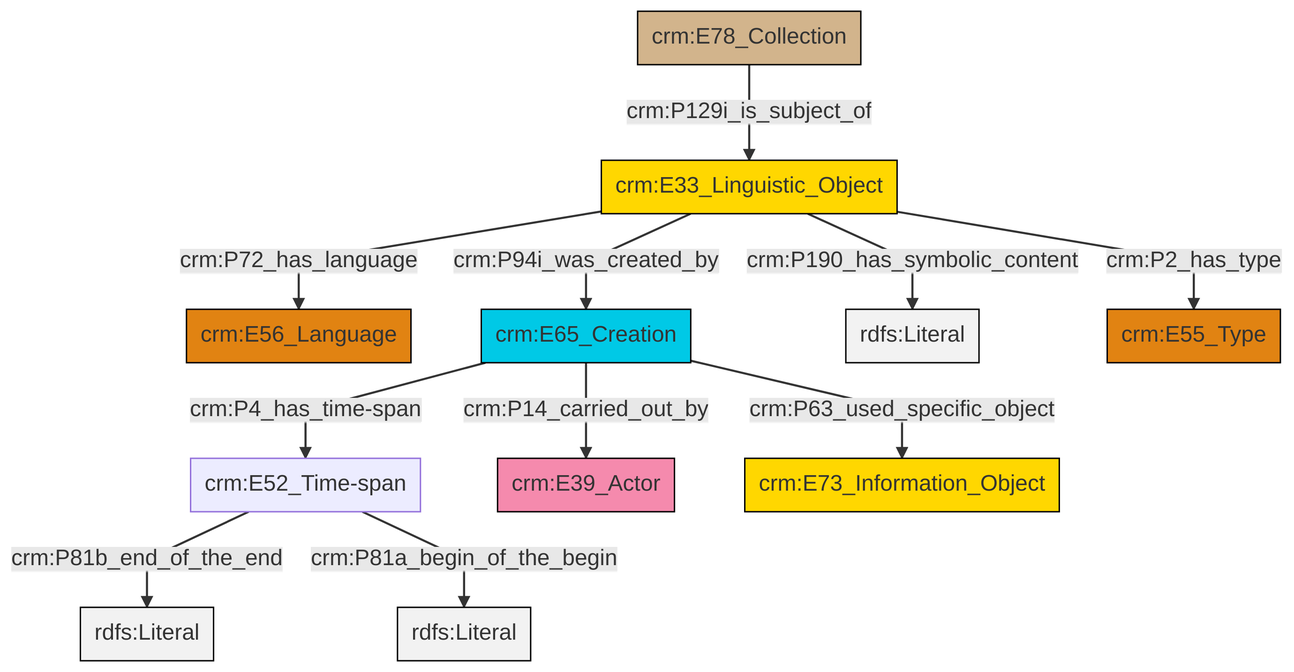
The Mermaid diagram et/archivalCSV/ttl/mmd/png/archival_desc.png in swiss-art-research-net/docs.swissartresearch, before a commit. Its source is kept beside it as et/archivalCSV/ttl/mmd/archival_desc.ttl.mmd.
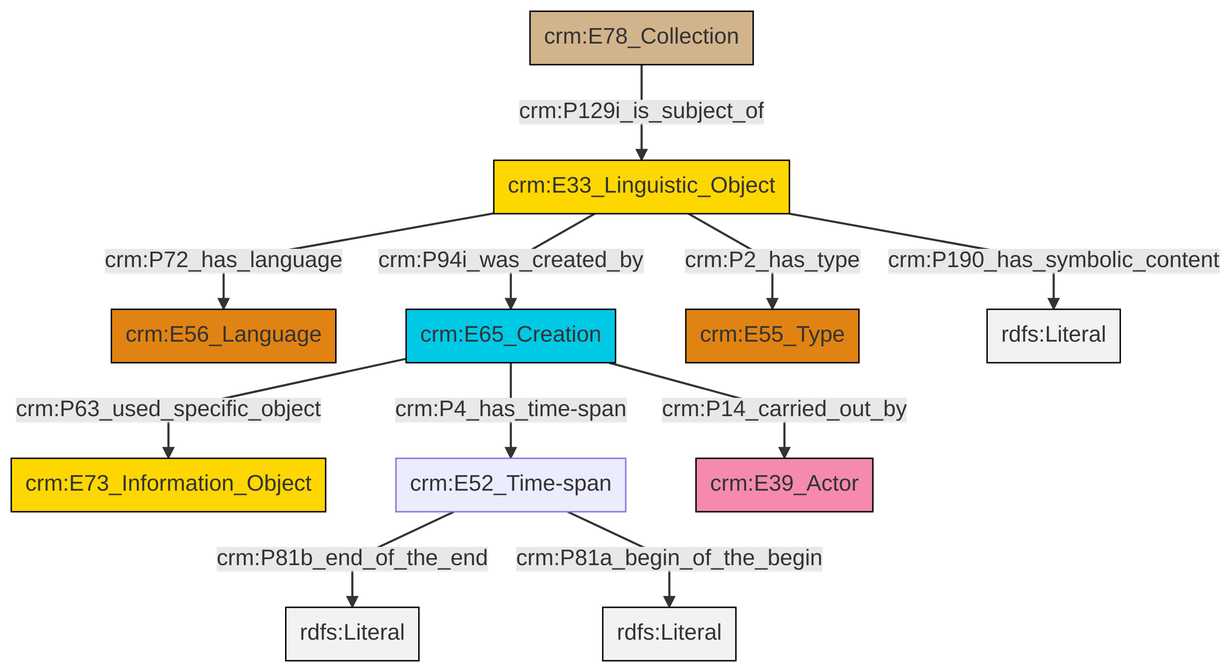
The same diagram one commit later.

What changed in the source:
```diff
@@ -13,13 +13,13 @@
 classDef PC_Classes fill:#4ce600, stroke:#000000;
 classDef Multi fill:#cccccc,stroke:#000000;
 
-0["crm:E52_Time-span"]:::Default -->|crm:P81b_end_of_the_end| 1[rdfs:Literal]:::Literal
-2["crm:E78_Collection"]:::Physical_Thing -->|crm:P129i_is_subject_of| 3["crm:E33_Linguistic_Object"]:::Conceptual_Object
-3["crm:E33_Linguistic_Object"]:::Conceptual_Object -->|crm:P72_has_language| 4["crm:E56_Language"]:::Type
-3["crm:E33_Linguistic_Object"]:::Conceptual_Object -->|crm:P190_has_symbolic_content| 10[rdfs:Literal]:::Literal
-8["crm:E65_Creation"]:::Temporal_Entity -->|crm:P4_has_time-span| 0["crm:E52_Time-span"]:::Default
-8["crm:E65_Creation"]:::Temporal_Entity -->|crm:P14_carried_out_by| 6["crm:E39_Actor"]:::Actor
-8["crm:E65_Creation"]:::Temporal_Entity -->|crm:P63_used_specific_object| 12["crm:E73_Information_Object"]:::Conceptual_Object
-3["crm:E33_Linguistic_Object"]:::Conceptual_Object -->|crm:P94i_was_created_by| 8["crm:E65_Creation"]:::Temporal_Entity
-3["crm:E33_Linguistic_Object"]:::Conceptual_Object -->|crm:P2_has_type| 15["crm:E55_Type"]:::Type
-0["crm:E52_Time-span"]:::Default -->|crm:P81a_begin_of_the_begin| 18[rdfs:Literal]:::Literal
+4["crm:E52_Time-span"]:::Default -->|crm:P81b_end_of_the_end| 5[rdfs:Literal]:::Literal
+6["crm:E33_Linguistic_Object"]:::Conceptual_Object -->|crm:P94i_was_created_by| 7["crm:E65_Creation"]:::Temporal_Entity
+8["crm:E78_Collection"]:::Physical_Thing -->|crm:P129i_is_subject_of| 6["crm:E33_Linguistic_Object"]:::Conceptual_Object
+6["crm:E33_Linguistic_Object"]:::Conceptual_Object -->|crm:P2_has_type| 9["crm:E55_Type"]:::Type
+7["crm:E65_Creation"]:::Temporal_Entity -->|crm:P4_has_time-span| 4["crm:E52_Time-span"]:::Default
+7["crm:E65_Creation"]:::Temporal_Entity -->|crm:P14_carried_out_by| 11["crm:E39_Actor"]:::Actor
+6["crm:E33_Linguistic_Object"]:::Conceptual_Object -->|crm:P72_has_language| 2["crm:E56_Language"]:::Type
+7["crm:E65_Creation"]:::Temporal_Entity -->|crm:P63_used_specific_object| 0["crm:E73_Information_Object"]:::Conceptual_Object
+6["crm:E33_Linguistic_Object"]:::Conceptual_Object -->|crm:P190_has_symbolic_content| 15[rdfs:Literal]:::Literal
+4["crm:E52_Time-span"]:::Default -->|crm:P81a_begin_of_the_begin| 18[rdfs:Literal]:::Literal
```
